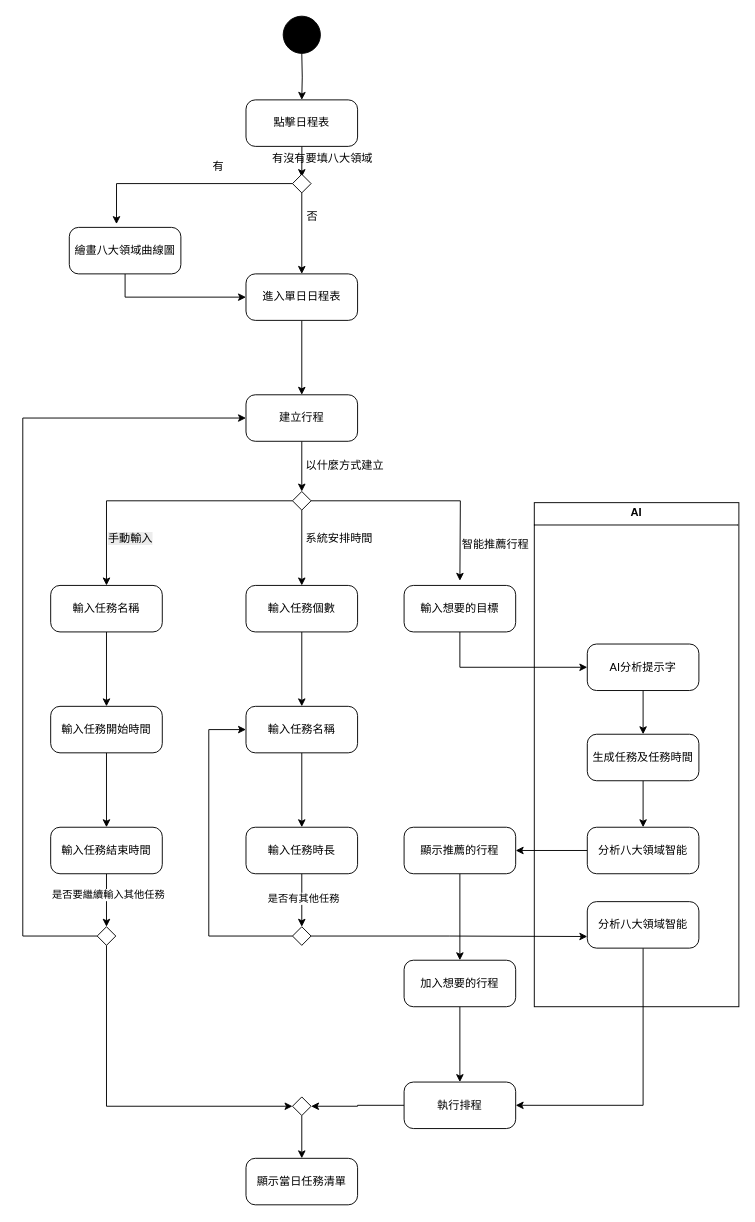
Before: page "活動圖" (2 of 5) of 系統設計圖/總審UML.drawio in Kevincheng0804/Graduation-Topic, a draw.io diagram. Source tidied: cells renumbered, new cells numbered last; positions are measured from the earlier drawing's top-left corner, leaving out a move shared by most shapes. Both pictures are drawn from the tidied source at 93%, with x=0, y=0 at pixel (22, 16).
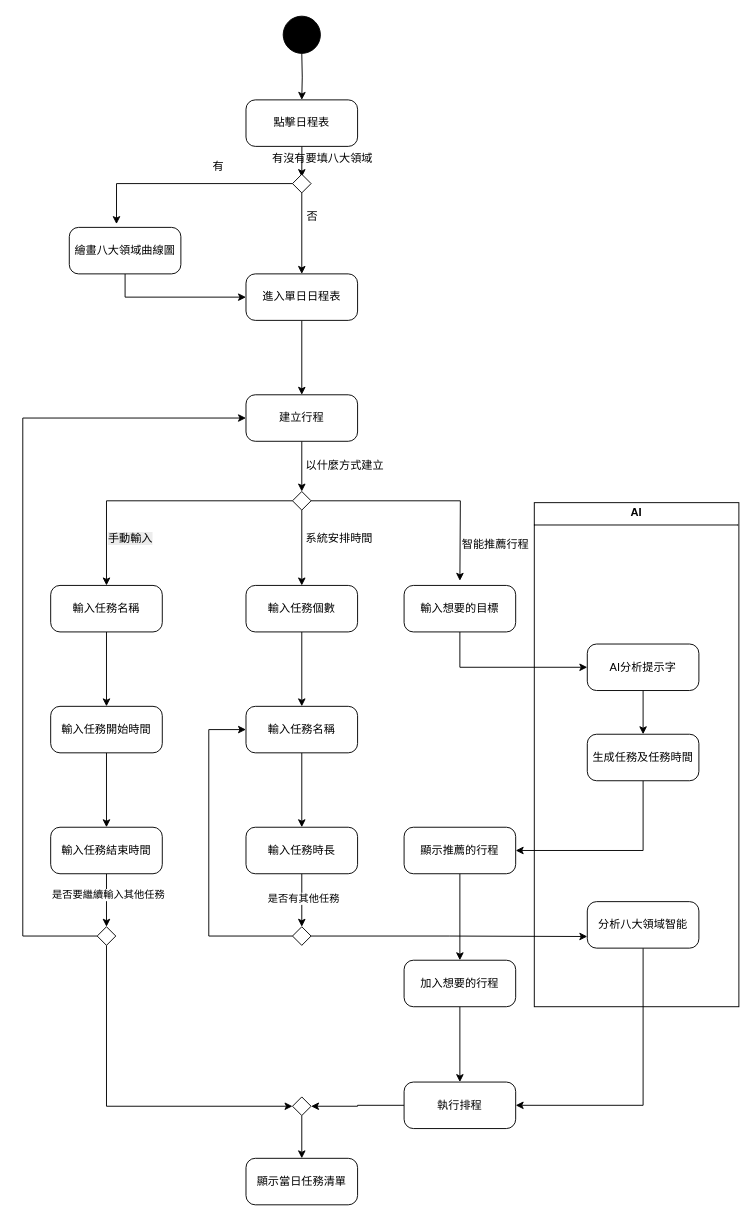
The same diagram, later.

The change refers to these unchanged cells:
```xml
<mxCell id="52" value="生成任務及任務時間" style="html=1;dashed=0;rounded=1;absoluteArcSize=1;arcSize=20;verticalAlign=middle;align=center;whiteSpace=wrap;" parent="1" vertex="1">
  <mxGeometry x="607" y="772" width="120" height="50" as="geometry" />
</mxCell>
<mxCell id="58" value="顯示推薦的行程" style="html=1;dashed=0;rounded=1;absoluteArcSize=1;arcSize=20;verticalAlign=middle;align=center;whiteSpace=wrap;" parent="1" vertex="1">
  <mxGeometry x="410" y="872" width="120" height="50" as="geometry" />
</mxCell>
```

What changed in the source:
```diff
@@
-    <mxCell id="51" style="edgeStyle=orthogonalEdgeStyle;rounded=0;jettySize=auto;html=1;" parent="1" edge="1" source="52" target="56">
-      <mxGeometry relative="1" as="geometry" />
-    </mxCell>
+    <mxCell id="66" style="edgeStyle=orthogonalEdgeStyle;rounded=0;jettySize=auto;html=1;entryX=1;entryY=0.5;entryDx=0;entryDy=0;" parent="1" edge="1" source="52" target="58">
+      <mxGeometry relative="1" as="geometry">
+        <Array as="points">
+          <mxPoint x="667" y="897" />
+        </Array>
+      </mxGeometry>
+    </mxCell>
@@
-    <mxCell id="55" style="edgeStyle=orthogonalEdgeStyle;rounded=0;jettySize=auto;html=1;" parent="1" edge="1" source="56" target="58">
-      <mxGeometry relative="1" as="geometry" />
-    </mxCell>
-    <mxCell id="56" value="分析八大領域智能" style="html=1;dashed=0;rounded=1;absoluteArcSize=1;arcSize=20;verticalAlign=middle;align=center;whiteSpace=wrap;" parent="1" vertex="1">
-      <mxGeometry x="607" y="872" width="120" height="50" as="geometry" />
-    </mxCell>
```
